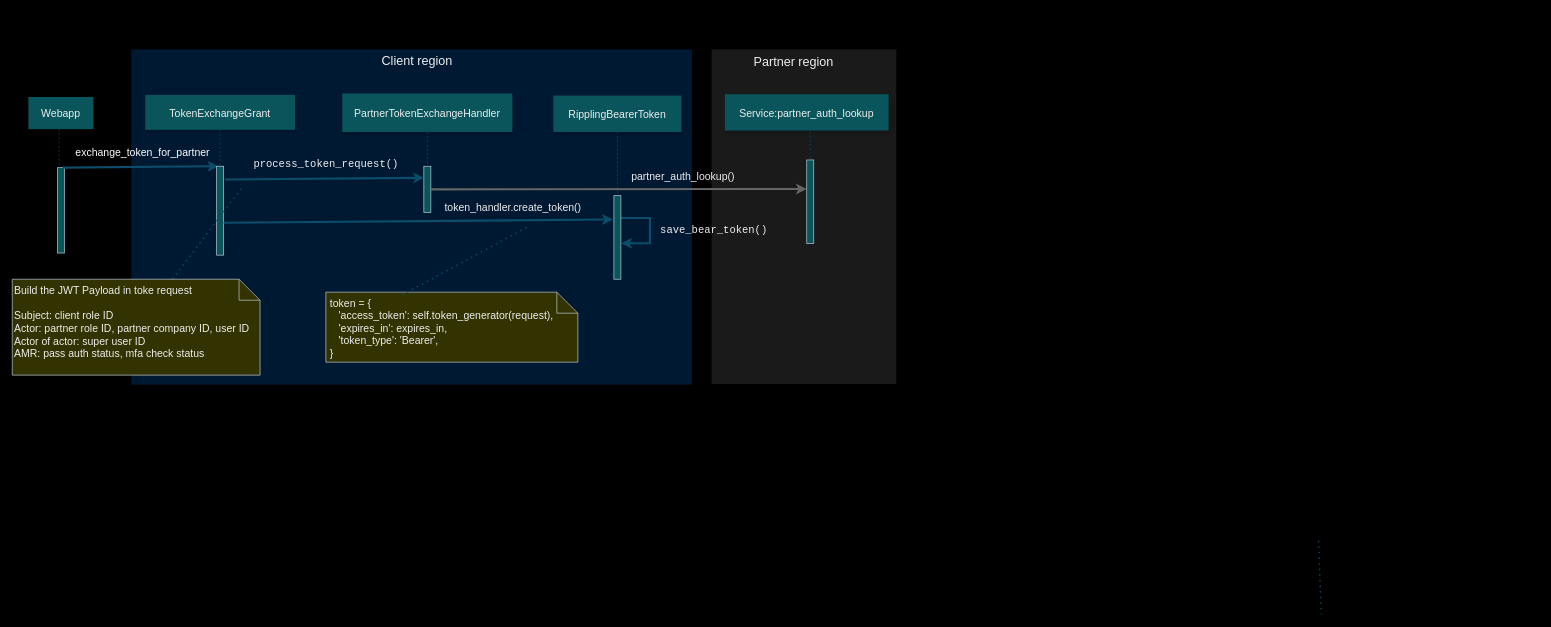
The draw.io diagram tech_talk_24_10_23.drawio in cxsun123/Spika-Android, before the edit. Source tidied: cells renumbered, new cells numbered last; positions are measured from the earlier drawing's top-left corner, leaving out a move shared by most shapes. Both pictures are drawn from the tidied source at 70%, with x=0, y=0 at pixel (12, 12).
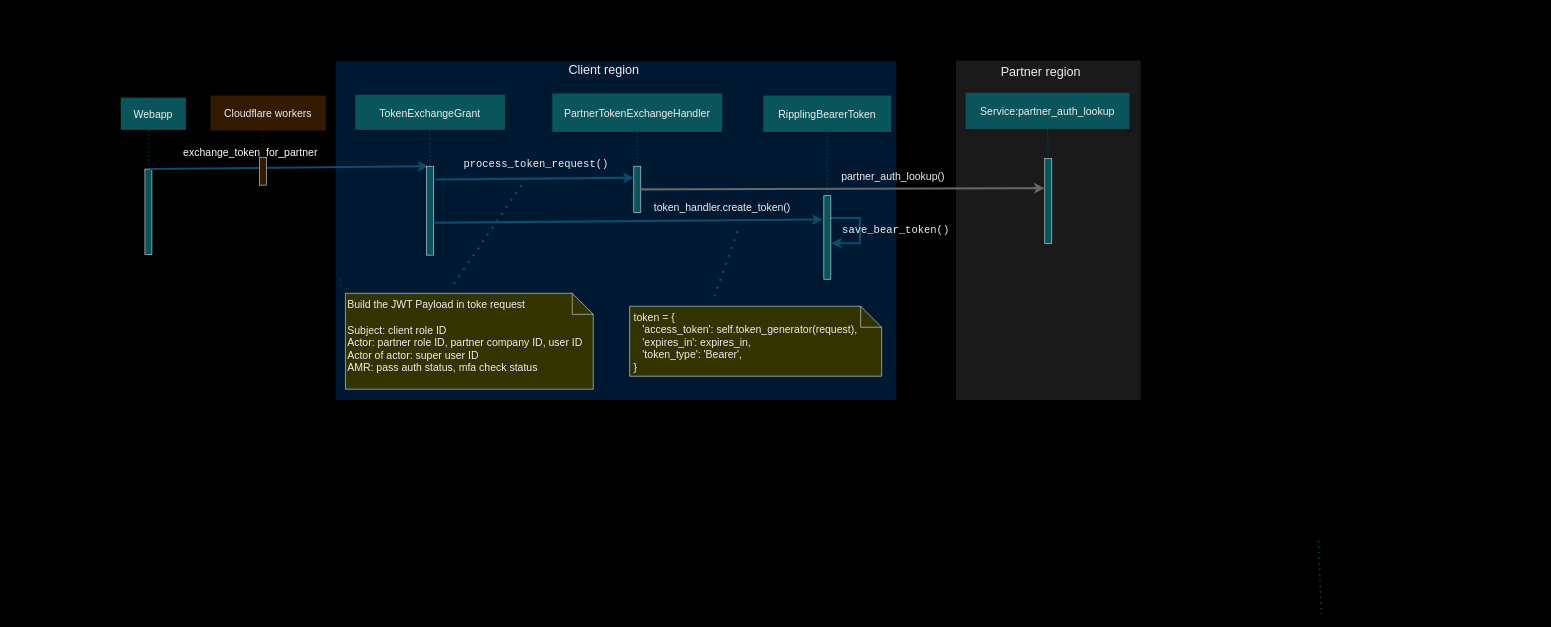
Above is the later version.

Diff of the diagram source:
```diff
@@
+    <mxCell id="3" style="rounded=0;whiteSpace=wrap;html=1;strokeColor=none;fontColor=#EEEEEE;fillColor=#001933;align=center;" parent="1" vertex="1">
+      <mxGeometry x="462" y="70" width="801" height="484" as="geometry" />
+    </mxCell>
     <mxCell id="2" style="rounded=0;whiteSpace=wrap;html=1;strokeColor=none;fontColor=#EEEEEE;fillColor=#1A1A1A;align=center;" parent="1" vertex="1">
-      <mxGeometry x="999" y="53" width="264" height="478" as="geometry" />
+      <mxGeometry x="1348" y="69" width="264" height="485" as="geometry" />
     </mxCell>
-    <mxCell id="3" style="rounded=0;whiteSpace=wrap;html=1;strokeColor=none;fontColor=#EEEEEE;fillColor=#001933;align=center;" parent="1" vertex="1">
-      <mxGeometry x="170" y="53" width="801" height="479" as="geometry" />
-    </mxCell>
     <mxCell id="4" style="fillColor=#09555B;strokeColor=#BAC8D3;fontSize=15;fontColor=#EEEEEE;labelBackgroundColor=none;" parent="1" vertex="1">
-      <mxGeometry x="64.5" y="222" width="10" height="122" as="geometry" />
+      <mxGeometry x="189.5" y="224" width="10" height="122" as="geometry" />
     </mxCell>
@@
     <mxCell id="6" value="Webapp" style="shadow=1;fillColor=#09555B;strokeColor=none;fontSize=15;fontColor=#EEEEEE;labelBackgroundColor=none;" parent="1" vertex="1">
-      <mxGeometry x="23" y="121" width="93" height="46" as="geometry" />
+      <mxGeometry x="155" y="122" width="93" height="46" as="geometry" />
     </mxCell>
     <mxCell id="7" value="TokenExchangeGrant" style="shadow=1;fillColor=#09555B;strokeColor=none;fontSize=15;fontColor=#EEEEEE;labelBackgroundColor=none;" parent="1" vertex="1">
-      <mxGeometry x="190" y="118" width="214" height="50" as="geometry" />
+      <mxGeometry x="489.9" y="118" width="214" height="50" as="geometry" />
     </mxCell>
@@
     <mxCell id="9" style="fillColor=#09555B;strokeColor=#BAC8D3;fontSize=15;fontColor=#EEEEEE;labelBackgroundColor=none;" parent="1" vertex="1">
-      <mxGeometry x="292" y="220" width="10" height="127" as="geometry" />
+      <mxGeometry x="591.9" y="220" width="10" height="127" as="geometry" />
     </mxCell>
-    <mxCell id="10" style="edgeStyle=elbowEdgeStyle;elbow=horizontal;endArrow=none;dashed=1;strokeColor=#0B4D6A;fontSize=15;fontColor=default;labelBackgroundColor=none;" parent="1" edge="1" source="6" target="4">
+    <mxCell id="10" style="edgeStyle=elbowEdgeStyle;elbow=horizontal;endArrow=none;dashed=1;strokeColor=#0B4D6A;fontSize=15;fontColor=default;labelBackgroundColor=none;" parent="1" edge="1">
       <mxGeometry x="230" y="310" as="geometry">
+        <mxPoint x="195" y="168" as="sourcePoint" />
+        <mxPoint x="195" y="221" as="targetPoint" />
         <Array as="points">
-          <mxPoint x="67" y="182" />
+          <mxPoint x="195" y="181" />
         </Array>
       </mxGeometry>
     </mxCell>
@@
     <mxCell id="13" style="fillColor=#09555B;strokeColor=#BAC8D3;fontSize=15;fontColor=#EEEEEE;labelBackgroundColor=none;" parent="1" vertex="1">
-      <mxGeometry x="588" y="220" width="10" height="66" as="geometry" />
+      <mxGeometry x="887.9" y="220" width="10" height="66" as="geometry" />
     </mxCell>
     <mxCell id="14" value="PartnerTokenExchangeHandler" style="shadow=1;fillColor=#09555B;strokeColor=none;fontSize=15;fontColor=#EEEEEE;labelBackgroundColor=none;" parent="1" vertex="1">
-      <mxGeometry x="471.5" y="116" width="243" height="55" as="geometry" />
+      <mxGeometry x="771.4" y="116" width="243" height="55" as="geometry" />
     </mxCell>
@@
     <mxCell id="16" value="RipplingBearerToken" style="shadow=1;fillColor=#09555B;strokeColor=none;fontSize=15;fontColor=#EEEEEE;labelBackgroundColor=none;" parent="1" vertex="1">
-      <mxGeometry x="773" y="119" width="183" height="52" as="geometry" />
+      <mxGeometry x="1072.9" y="119" width="183" height="52" as="geometry" />
     </mxCell>
     <mxCell id="17" value="&lt;div style=&quot;font-size: 15px;&quot;&gt;&lt;pre style=&quot;font-family: &amp;quot;JetBrains Mono&amp;quot;, monospace; font-size: 15px;&quot;&gt;&lt;span style=&quot;font-family: Helvetica; text-align: left; white-space: normal; font-size: 15px;&quot;&gt;partner_auth_lookup()&lt;/span&gt;&lt;br style=&quot;font-size: 15px;&quot;&gt;&lt;/pre&gt;&lt;/div&gt;" style="text;html=1;align=center;verticalAlign=middle;strokeColor=none;fillColor=none;fontColor=#EEEEEE;labelBackgroundColor=none;fontSize=15;" parent="1" vertex="1">
-      <mxGeometry x="875" y="205" width="166" height="60" as="geometry" />
+      <mxGeometry x="1174.9" y="205" width="166" height="60" as="geometry" />
     </mxCell>
     <mxCell id="18" style="endArrow=classic;html=1;rounded=0;entryX=0;entryY=0.25;entryDx=0;entryDy=0;fontColor=default;labelBackgroundColor=none;strokeColor=#0B4D6A;strokeWidth=3;" parent="1" edge="1" target="13">
       <mxGeometry relative="1" as="geometry">
-        <mxPoint x="304" y="239" as="sourcePoint" />
+        <mxPoint x="603.9" y="239" as="sourcePoint" />
       </mxGeometry>
     </mxCell>
     <mxCell id="19" style="edgeStyle=orthogonalEdgeStyle;rounded=0;jettySize=auto;html=1;strokeColor=#0B4D6A;strokeWidth=3;" parent="1" edge="1" source="20">
       <mxGeometry relative="1" as="geometry">
-        <mxPoint x="870" y="330" as="targetPoint" />
+        <mxPoint x="1169.9" y="330" as="targetPoint" />
         <Array as="points">
-          <mxPoint x="911" y="294" />
-          <mxPoint x="911" y="330" />
+          <mxPoint x="1210.9" y="294" />
+          <mxPoint x="1210.9" y="330" />
         </Array>
       </mxGeometry>
     </mxCell>
     <mxCell id="20" style="fillColor=#09555B;strokeColor=#BAC8D3;fontSize=15;fontColor=#EEEEEE;labelBackgroundColor=none;" parent="1" vertex="1">
-      <mxGeometry x="859.5" y="262" width="10" height="119.4" as="geometry" />
+      <mxGeometry x="1159.4" y="262" width="10" height="119.4" as="geometry" />
     </mxCell>
     <mxCell id="21" value=" token = {&#10;    'access_token': self.token_generator(request),&#10;    'expires_in': expires_in,&#10;    'token_type': 'Bearer',&#10; }" style="shape=note;align=left;fontSize=15;verticalAlign=top;fontColor=#EEEEEE;fillColor=#333300;labelBackgroundColor=none;strokeColor=#BAC8D3;" parent="1" vertex="1">
-      <mxGeometry x="448" y="399.9" width="360" height="100" as="geometry" />
+      <mxGeometry x="882" y="420" width="360" height="100" as="geometry" />
     </mxCell>
     <mxCell id="22" value="&lt;div style=&quot;&quot;&gt;&lt;pre style=&quot;font-family: &amp;quot;JetBrains Mono&amp;quot;, monospace; font-size: 9.8pt;&quot;&gt;&lt;br&gt;&lt;/pre&gt;&lt;/div&gt;" style="text;html=1;align=center;verticalAlign=middle;strokeColor=none;fillColor=none;fontColor=#EEEEEE;labelBackgroundColor=none;" parent="1" vertex="1">
-      <mxGeometry x="993" y="185" width="18" height="54" as="geometry" />
+      <mxGeometry x="1292.9" y="185" width="18" height="54" as="geometry" />
     </mxCell>
@@
     <mxCell id="24" style="endArrow=classic;html=1;rounded=0;exitX=0.8;exitY=0.229;exitDx=0;exitDy=0;exitPerimeter=0;fontColor=default;labelBackgroundColor=none;strokeColor=#0B4D6A;strokeWidth=3;entryX=0.1;entryY=0.871;entryDx=0;entryDy=0;entryPerimeter=0;" parent="1" edge="1">
       <mxGeometry relative="1" as="geometry">
-        <mxPoint x="302" y="300.8" as="sourcePoint" />
-        <mxPoint x="858" y="296" as="targetPoint" />
+        <mxPoint x="601.9" y="300.8" as="sourcePoint" />
+        <mxPoint x="1157.9" y="296" as="targetPoint" />
       </mxGeometry>
     </mxCell>
-    <mxCell id="25" style="endArrow=none;dashed=1;html=1;dashPattern=1 3;strokeWidth=2;rounded=0;exitX=0.303;exitY=0.04;exitDx=0;exitDy=0;exitPerimeter=0;fontColor=default;labelBackgroundColor=none;strokeColor=#0B4D6A;" parent="1" edge="1" source="21">
+    <mxCell id="25" style="endArrow=none;dashed=1;html=1;dashPattern=1 3;strokeWidth=3;rounded=0;fontColor=default;labelBackgroundColor=none;strokeColor=#0B4D6A;" parent="1" edge="1">
       <mxGeometry relative="1" as="geometry">
-        <mxPoint x="739" y="305" as="targetPoint" />
+        <mxPoint x="1003" y="406" as="sourcePoint" />
+        <mxPoint x="1038.9" y="305" as="targetPoint" />
       </mxGeometry>
     </mxCell>
     <mxCell id="26" value="&lt;div style=&quot;font-size: 15px;&quot;&gt;&lt;pre style=&quot;font-family: &amp;quot;JetBrains Mono&amp;quot;, monospace; font-size: 15px;&quot;&gt;&lt;div style=&quot;font-size: 15px;&quot;&gt;&lt;pre style=&quot;font-family: &amp;quot;JetBrains Mono&amp;quot;, monospace; font-size: 15px;&quot;&gt;&lt;pre style=&quot;font-size: 15px; font-family: &amp;quot;JetBrains Mono&amp;quot;, monospace;&quot;&gt;save_bear_token()&lt;/pre&gt;&lt;/pre&gt;&lt;/div&gt;&lt;/pre&gt;&lt;/div&gt;" style="text;html=1;align=center;verticalAlign=middle;strokeColor=none;fillColor=none;labelBackgroundColor=none;fontColor=#EEEEEE;fontSize=15;" parent="1" vertex="1">
-      <mxGeometry x="916" y="282" width="172" height="60" as="geometry" />
+      <mxGeometry x="1176" y="282" width="172" height="60" as="geometry" />
     </mxCell>
@@
-    <mxCell id="29" style="endArrow=none;dashed=1;html=1;dashPattern=1 3;strokeWidth=2;rounded=0;fontColor=default;labelBackgroundColor=none;strokeColor=#0B4D6A;" parent="1" edge="1" source="40">
+    <mxCell id="29" style="endArrow=none;dashed=1;html=1;dashPattern=1 3;strokeWidth=2;rounded=0;fontColor=default;labelBackgroundColor=none;strokeColor=#0B4D6A;" parent="1" edge="1">
       <mxGeometry relative="1" as="geometry">
-        <mxPoint x="170" y="396" as="targetPoint" />
+        <mxPoint x="468" y="381.4" as="sourcePoint" />
+        <mxPoint x="469.9" y="396" as="targetPoint" />
       </mxGeometry>
     </mxCell>
     <mxCell id="30" value="Service:partner_auth_lookup" style="shadow=1;fillColor=#09555B;strokeColor=none;fontSize=15;fontColor=#EEEEEE;labelBackgroundColor=none;" parent="1" vertex="1">
-      <mxGeometry x="1018" y="117" width="234" height="52" as="geometry" />
+      <mxGeometry x="1362" y="115" width="234" height="52" as="geometry" />
     </mxCell>
     <mxCell id="31" value="Client region" style="text;html=1;align=center;verticalAlign=middle;strokeColor=none;fillColor=none;fontColor=#EEEEEE;fontSize=18;" parent="1" vertex="1">
-      <mxGeometry x="518" y="53" width="119" height="34" as="geometry" />
+      <mxGeometry x="785" y="66" width="119" height="34" as="geometry" />
     </mxCell>
     <mxCell id="32" value="Partner region" style="text;html=1;align=center;verticalAlign=middle;strokeColor=none;fillColor=none;fontColor=#EEEEEE;fontSize=18;" parent="1" vertex="1">
-      <mxGeometry x="1050" y="54" width="132" height="34" as="geometry" />
+      <mxGeometry x="1403" y="69" width="132" height="34" as="geometry" />
     </mxCell>
     <mxCell id="33" style="fillColor=#09555B;strokeColor=#BAC8D3;fontSize=15;fontColor=#EEEEEE;labelBackgroundColor=none;" parent="1" vertex="1">
-      <mxGeometry x="1135" y="211" width="10" height="119.4" as="geometry" />
+      <mxGeometry x="1475" y="209" width="10" height="121.4" as="geometry" />
     </mxCell>
-    <mxCell id="34" style="edgeStyle=none;endArrow=none;dashed=1;fontSize=15;fontColor=default;labelBackgroundColor=none;strokeColor=#0B4D6A;entryX=0.5;entryY=0;entryDx=0;entryDy=0;" parent="1" edge="1" target="33">
-      <mxGeometry x="376.6" y="339.7" as="geometry">
-        <mxPoint x="1140" y="164" as="sourcePoint" />
-      </mxGeometry>
+    <mxCell id="34" style="edgeStyle=none;endArrow=none;dashed=1;fontSize=15;fontColor=default;labelBackgroundColor=none;strokeColor=#0B4D6A;entryX=0.5;entryY=0;entryDx=0;entryDy=0;exitX=0.5;exitY=1;exitDx=0;exitDy=0;" parent="1" edge="1" source="30" target="33">
+      <mxGeometry x="376.6" y="339.7" as="geometry" />
     </mxCell>
@@
     <mxCell id="36" value="&lt;div style=&quot;font-size: 15px;&quot;&gt;&lt;pre style=&quot;font-family: &amp;quot;JetBrains Mono&amp;quot;, monospace; font-size: 15px;&quot;&gt;&lt;span style=&quot;color: rgb(255, 255, 255); font-family: Helvetica; text-align: right; white-space-collapse: collapse; font-size: 15px;&quot;&gt;exchange_token_for_partner&lt;/span&gt;&lt;br style=&quot;font-size: 15px;&quot;&gt;&lt;/pre&gt;&lt;/div&gt;" style="text;html=1;align=center;verticalAlign=middle;strokeColor=none;fillColor=none;fontColor=#EEEEEE;labelBackgroundColor=none;fontSize=15;" parent="1" vertex="1">
-      <mxGeometry x="81" y="171" width="210" height="60" as="geometry" />
+      <mxGeometry x="235" y="171" width="210" height="60" as="geometry" />
     </mxCell>
     <mxCell id="37" value="&lt;div style=&quot;font-size: 15px;&quot;&gt;&lt;pre style=&quot;font-family: &amp;quot;JetBrains Mono&amp;quot;, monospace; font-size: 15px;&quot;&gt;&lt;span style=&quot;font-family: Helvetica; text-align: left; white-space-collapse: collapse; font-size: 15px;&quot;&gt;token_handler.create_token()&lt;/span&gt;&lt;br style=&quot;font-size: 15px;&quot;&gt;&lt;/pre&gt;&lt;/div&gt;" style="text;html=1;align=center;verticalAlign=middle;strokeColor=none;fillColor=none;fontColor=#EEEEEE;labelBackgroundColor=none;fontSize=15;" parent="1" vertex="1">
-      <mxGeometry x="608" y="250" width="213" height="60" as="geometry" />
+      <mxGeometry x="907.9" y="250" width="213" height="60" as="geometry" />
     </mxCell>
     <mxCell id="38" value="&lt;div style=&quot;font-size: 15px;&quot;&gt;&lt;pre style=&quot;font-family: &amp;quot;JetBrains Mono&amp;quot;, monospace; font-size: 15px;&quot;&gt;&lt;span style=&quot;font-size: 15px;&quot;&gt;process_token_request()&lt;/span&gt;&lt;/pre&gt;&lt;/div&gt;" style="text;html=1;align=center;verticalAlign=middle;points=[];strokeColor=none;fillColor=none;fontColor=#EEEEEE;labelBackgroundColor=none;fontSize=15;" parent="1" vertex="1">
-      <mxGeometry x="335" y="187" width="226" height="60" as="geometry" />
+      <mxGeometry x="634.9" y="187" width="226" height="60" as="geometry" />
     </mxCell>
-    <mxCell id="39" style="endArrow=none;dashed=1;html=1;dashPattern=1 3;strokeWidth=2;rounded=0;fontColor=default;labelBackgroundColor=none;strokeColor=#0B4D6A;" parent="1" edge="1" target="40">
-      <mxGeometry relative="1" as="geometry">
-        <mxPoint x="327" y="252" as="sourcePoint" />
-      </mxGeometry>
-    </mxCell>
     <mxCell id="40" value="Build the JWT Payload in toke request&#10;&#10;Subject: client role ID&#10;Actor: partner role ID, partner company ID, user ID&#10;Actor of actor: super user ID&#10;AMR: pass auth status, mfa check status" style="shape=note;align=left;fontSize=15;verticalAlign=top;fontColor=#EEEEEE;fillColor=#333300;labelBackgroundColor=none;strokeColor=#BAC8D3;spacing=3;" parent="1" vertex="1">
-      <mxGeometry y="381.4" width="354" height="137" as="geometry" />
+      <mxGeometry x="476" y="401.5" width="354" height="137" as="geometry" />
     </mxCell>
+    <mxCell id="41" value="Cloudflare workers" style="shadow=1;fillColor=#331A00;strokeColor=none;fontSize=15;fontColor=#EEEEEE;labelBackgroundColor=none;" parent="1" vertex="1">
+      <mxGeometry x="283" y="119" width="165" height="50" as="geometry" />
+    </mxCell>
+    <mxCell id="42" style="fillColor=#331A00;strokeColor=#BAC8D3;fontSize=15;fontColor=#EEEEEE;labelBackgroundColor=none;" parent="1" vertex="1">
+      <mxGeometry x="353" y="207.2" width="10" height="39.8" as="geometry" />
+    </mxCell>
+    <mxCell id="43" style="edgeStyle=none;endArrow=none;dashed=1;fontSize=15;fontColor=default;labelBackgroundColor=none;strokeColor=#331A00;" parent="1" edge="1">
+      <mxGeometry x="727.3" y="165" as="geometry">
+        <mxPoint x="357.5" y="169" as="sourcePoint" />
+        <mxPoint x="358" y="218" as="targetPoint" />
+      </mxGeometry>
+    </mxCell>
+    <mxCell id="44" style="endArrow=none;dashed=1;html=1;dashPattern=1 3;strokeWidth=3;rounded=0;fontColor=default;labelBackgroundColor=none;strokeColor=#0B4D6A;" parent="1" edge="1" source="38">
+      <mxGeometry relative="1" as="geometry">
+        <mxPoint x="629" y="391" as="targetPoint" />
+      </mxGeometry>
+    </mxCell>
```
